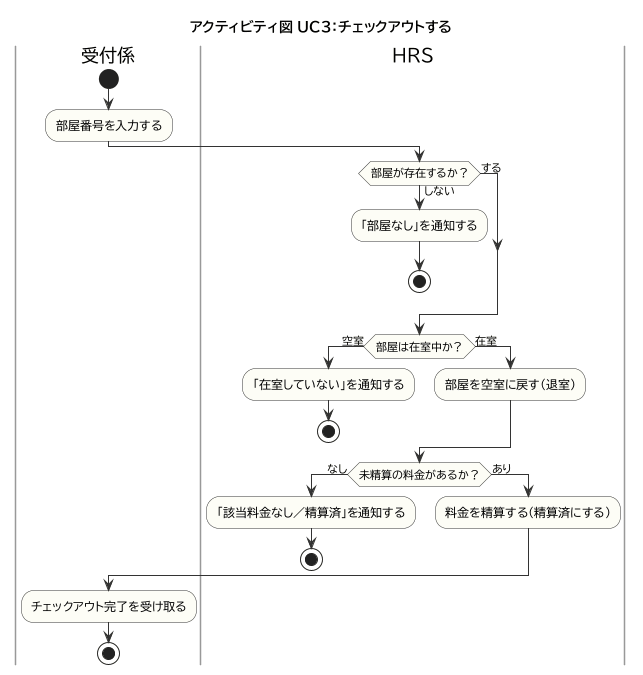
Igakg/software-engineering-hotel-v2 keeps this PlantUML diagram as diagrams/02-4_UC3チェックアウトの動作.png. Above is the earlier version.
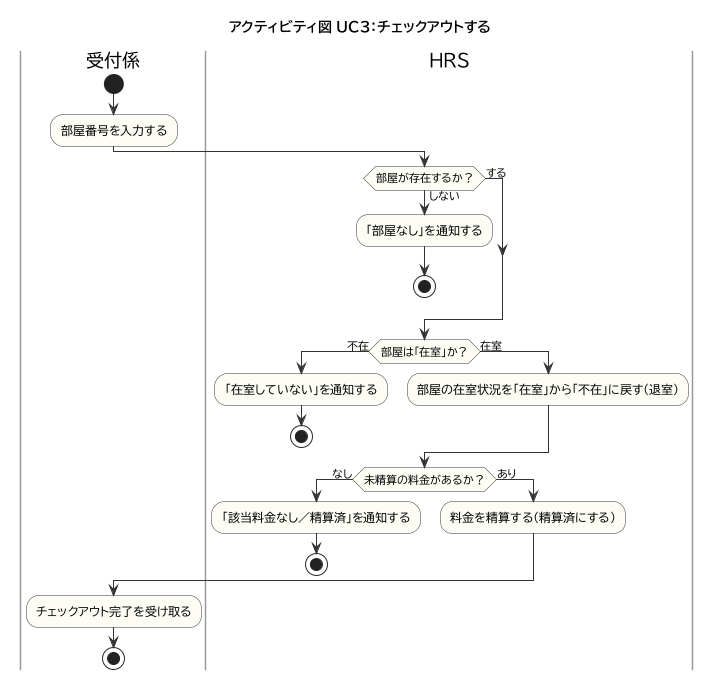
After the commit.

Diff of the diagram source:
```diff
@@ -11,11 +11,11 @@
   stop
 else (する)
 endif
-if (部屋は在室中か？) then (空室)
+if (部屋は「在室」か？) then (不在)
   :「在室していない」を通知する;
   stop
 else (在室)
-  :部屋を空室に戻す（退室）;
+  :部屋の在室状況を「在室」から「不在」に戻す（退室）;
 endif
 if (未精算の料金があるか？) then (なし)
   :「該当料金なし／精算済」を通知する;
```
